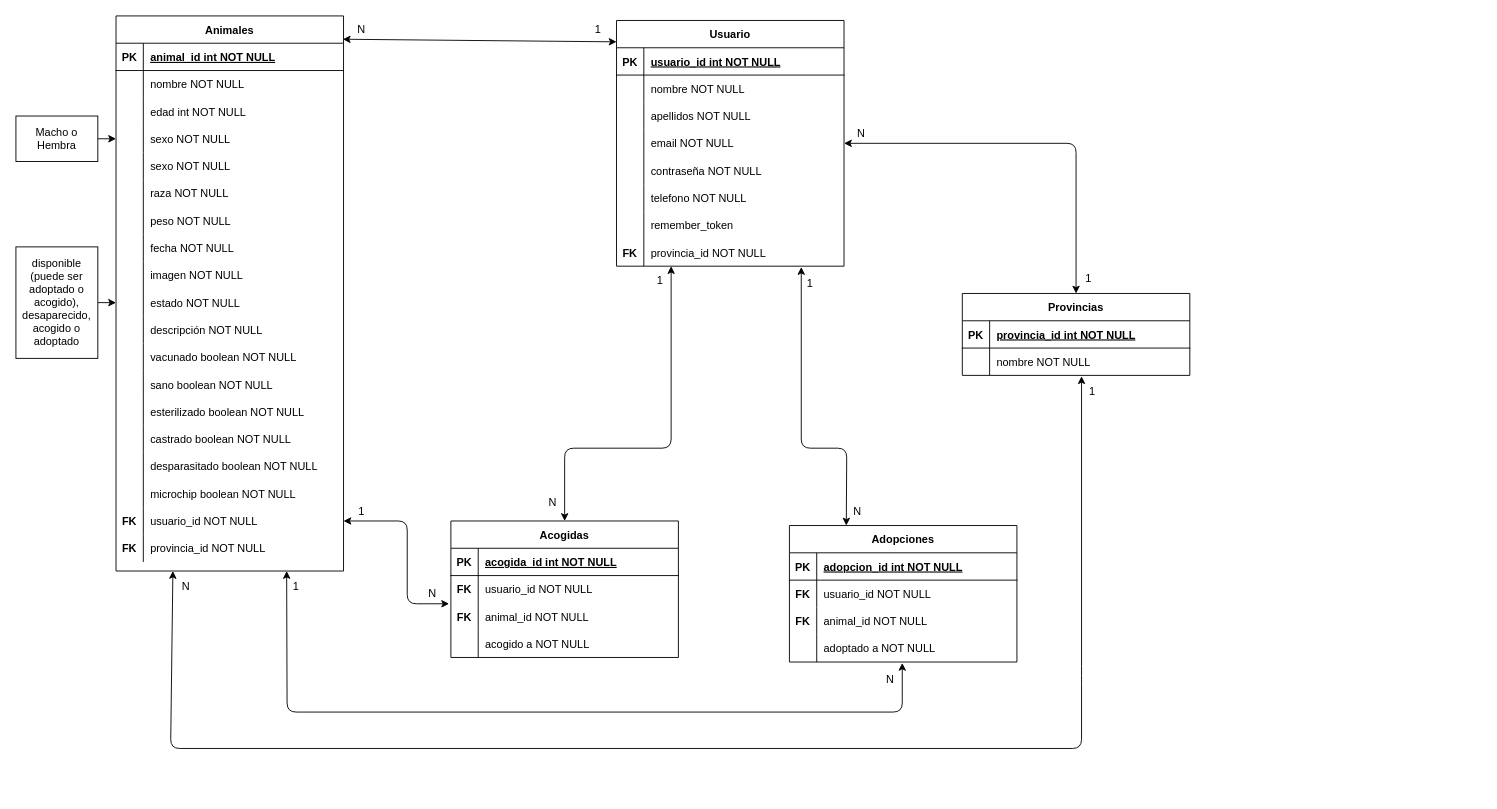
PruebaED/amigo-animales keeps this draw.io diagram as Relaciones.drawio. Above is the earlier version. Source tidied: cells renumbered, new cells numbered last; positions are measured from the earlier drawing's top-left corner, leaving out a move shared by most shapes. Both pictures are drawn from the tidied source at 91%, with x=0, y=0 at pixel (15, 15).
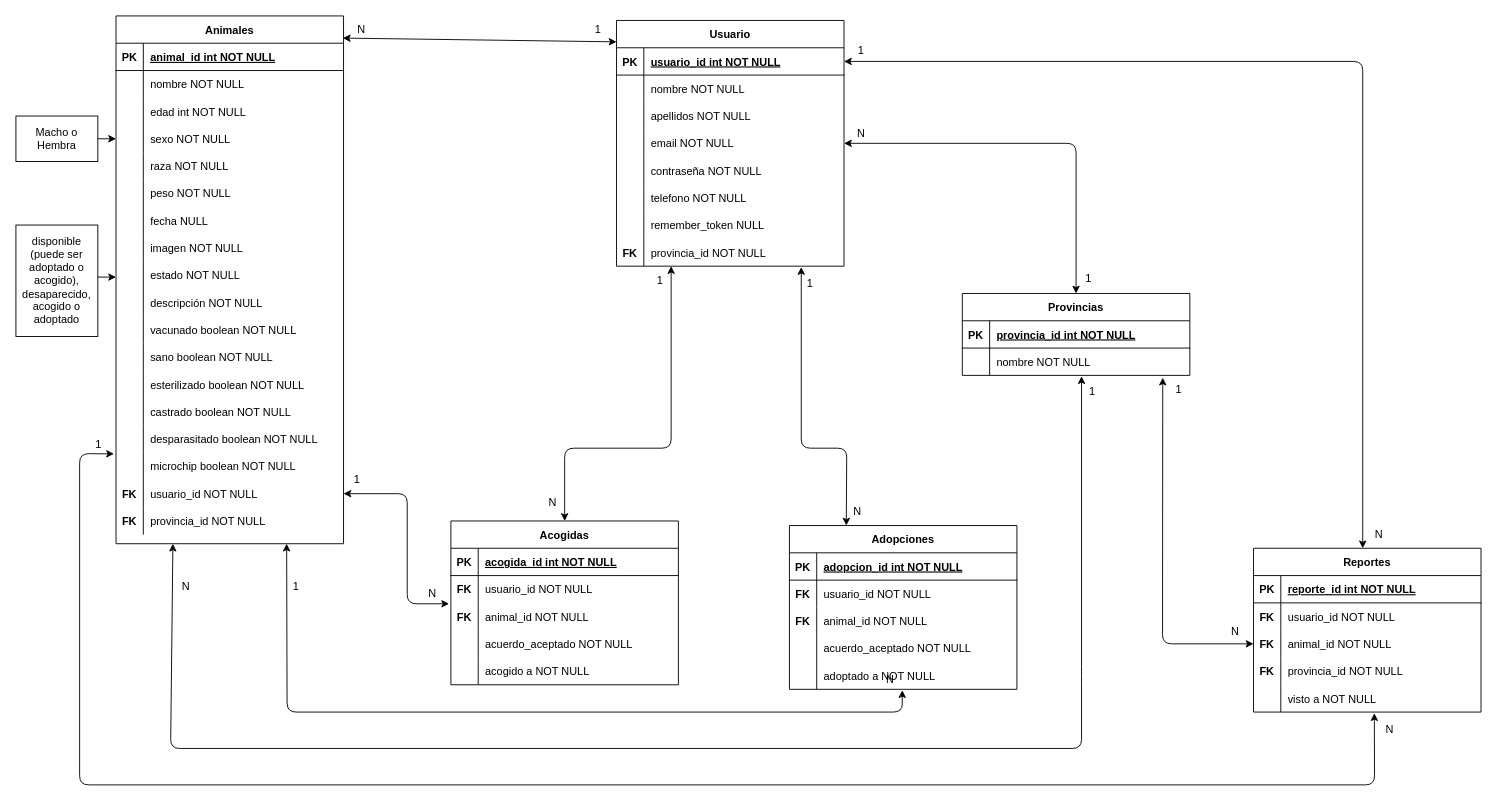
The same page after the edit.

The change refers to these unchanged cells:
```xml
<mxCell id="3" style="shape=partialRectangle;fillColor=none;points=[[0,0.5],[1,0.5]];portConstraint=eastwest;top=0;left=0;right=0;bottom=1;" parent="2" vertex="1">
  <mxGeometry y="30" width="250" height="30" as="geometry" />
</mxCell>
<mxCell id="21" style="shape=partialRectangle;fillColor=none;top=0;left=0;right=0;bottom=0;" parent="2" vertex="1">
  <mxGeometry y="210" width="250" height="30" as="geometry" />
</mxCell>
<mxCell id="94" style="shape=partialRectangle;fillColor=none;points=[[0,0.5],[1,0.5]];portConstraint=eastwest;top=0;left=0;right=0;bottom=0;" parent="90" vertex="1">
  <mxGeometry y="60" width="250" height="30" as="geometry" />
</mxCell>
<mxCell id="125" style="shape=partialRectangle;fillColor=none;points=[[0,0.5],[1,0.5]];portConstraint=eastwest;top=0;left=0;right=0;bottom=0;" parent="118" vertex="1">
  <mxGeometry y="90" width="250" height="30" as="geometry" />
</mxCell>
```

Change to the diagram source:
```diff
@@
-    <mxCell id="23" value="remember_token" style="shape=partialRectangle;overflow=hidden;fillColor=none;top=0;left=0;bottom=0;right=0;align=left;spacingLeft=6;" parent="21" vertex="1">
+    <mxCell id="23" value="remember_token NULL" style="shape=partialRectangle;overflow=hidden;fillColor=none;top=0;left=0;bottom=0;right=0;align=left;spacingLeft=6;" parent="21" vertex="1">
       <mxGeometry x="30" width="220" height="30" as="geometry" />
     </mxCell>
@@
     <mxCell id="27" value="Animales" style="shape=table;startSize=30;childLayout=tableLayout;rowLines=0;fontStyle=1;align=center;" parent="1" vertex="1">
-      <mxGeometry x="110" width="250" height="610" as="geometry" />
+      <mxGeometry x="110" width="250" height="580" as="geometry" />
     </mxCell>
@@
-    <mxCell id="40" style="shape=partialRectangle;fillColor=none;points=[[0,0.5],[1,0.5]];portConstraint=eastwest;top=0;left=0;right=0;bottom=0;" parent="27" vertex="1">
-      <mxGeometry y="150" width="250" height="30" as="geometry" />
-    </mxCell>
-    <mxCell id="41" style="shape=partialRectangle;overflow=hidden;fillColor=none;top=0;left=0;bottom=0;right=0;" parent="40" vertex="1">
-      <mxGeometry width="30" height="30" as="geometry" />
-    </mxCell>
-    <mxCell id="42" value="sexo NOT NULL" style="shape=partialRectangle;overflow=hidden;fillColor=none;top=0;left=0;bottom=0;right=0;align=left;spacingLeft=6;" parent="40" vertex="1">
-      <mxGeometry x="30" width="220" height="30" as="geometry" />
-    </mxCell>
     <mxCell id="43" style="shape=partialRectangle;fillColor=none;top=0;left=0;right=0;bottom=0;" parent="27" vertex="1">
-      <mxGeometry y="180" width="250" height="30" as="geometry" />
+      <mxGeometry y="150" width="250" height="30" as="geometry" />
     </mxCell>
@@
     <mxCell id="46" style="shape=partialRectangle;fillColor=none;top=0;left=0;right=0;bottom=0;" parent="27" vertex="1">
-      <mxGeometry y="210" width="250" height="30" as="geometry" />
+      <mxGeometry y="180" width="250" height="30" as="geometry" />
     </mxCell>
@@
     <mxCell id="49" style="shape=partialRectangle;fillColor=none;top=0;left=0;right=0;bottom=0;" parent="27" vertex="1">
-      <mxGeometry y="240" width="250" height="30" as="geometry" />
+      <mxGeometry y="210" width="250" height="30" as="geometry" />
     </mxCell>
@@
-    <mxCell id="51" value="fecha NOT NULL" style="shape=partialRectangle;overflow=hidden;fillColor=none;top=0;left=0;bottom=0;right=0;align=left;spacingLeft=6;" parent="49" vertex="1">
+    <mxCell id="51" value="fecha NULL" style="shape=partialRectangle;overflow=hidden;fillColor=none;top=0;left=0;bottom=0;right=0;align=left;spacingLeft=6;" parent="49" vertex="1">
       <mxGeometry x="30" width="220" height="30" as="geometry" />
     </mxCell>
     <mxCell id="52" style="shape=partialRectangle;fillColor=none;top=0;left=0;right=0;bottom=0;" parent="27" vertex="1">
-      <mxGeometry y="270" width="250" height="30" as="geometry" />
+      <mxGeometry y="240" width="250" height="30" as="geometry" />
     </mxCell>
@@
     <mxCell id="55" style="shape=partialRectangle;fillColor=none;points=[[0,0.5],[1,0.5]];portConstraint=eastwest;top=0;left=0;right=0;bottom=0;" parent="27" vertex="1">
-      <mxGeometry y="300" width="250" height="30" as="geometry" />
+      <mxGeometry y="270" width="250" height="30" as="geometry" />
     </mxCell>
@@
     <mxCell id="58" style="shape=partialRectangle;fillColor=none;top=0;left=0;right=0;bottom=0;" parent="27" vertex="1">
-      <mxGeometry y="330" width="250" height="30" as="geometry" />
+      <mxGeometry y="300" width="250" height="30" as="geometry" />
     </mxCell>
@@
     <mxCell id="61" style="shape=partialRectangle;fillColor=none;top=0;left=0;right=0;bottom=0;" parent="27" vertex="1">
-      <mxGeometry y="360" width="250" height="30" as="geometry" />
+      <mxGeometry y="330" width="250" height="30" as="geometry" />
     </mxCell>
@@
     <mxCell id="64" style="shape=partialRectangle;fillColor=none;top=0;left=0;right=0;bottom=0;" parent="27" vertex="1">
-      <mxGeometry y="390" width="250" height="30" as="geometry" />
+      <mxGeometry y="360" width="250" height="30" as="geometry" />
     </mxCell>
@@
     <mxCell id="67" style="shape=partialRectangle;fillColor=none;top=0;left=0;right=0;bottom=0;" parent="27" vertex="1">
-      <mxGeometry y="420" width="250" height="30" as="geometry" />
+      <mxGeometry y="390" width="250" height="30" as="geometry" />
     </mxCell>
@@
     <mxCell id="70" style="shape=partialRectangle;fillColor=none;top=0;left=0;right=0;bottom=0;" parent="27" vertex="1">
-      <mxGeometry y="450" width="250" height="30" as="geometry" />
+      <mxGeometry y="420" width="250" height="30" as="geometry" />
     </mxCell>
@@
     <mxCell id="73" style="shape=partialRectangle;fillColor=none;top=0;left=0;right=0;bottom=0;" parent="27" vertex="1">
-      <mxGeometry y="480" width="250" height="30" as="geometry" />
+      <mxGeometry y="450" width="250" height="30" as="geometry" />
     </mxCell>
@@
     <mxCell id="76" style="shape=partialRectangle;fillColor=none;points=[[0,0.5],[1,0.5]];portConstraint=eastwest;top=0;left=0;right=0;bottom=0;" parent="27" vertex="1">
-      <mxGeometry y="510" width="250" height="30" as="geometry" />
+      <mxGeometry y="480" width="250" height="30" as="geometry" />
     </mxCell>
@@
     <mxCell id="79" style="shape=partialRectangle;fillColor=none;points=[[0,0.5],[1,0.5]];portConstraint=eastwest;top=0;left=0;right=0;bottom=0;" parent="27" vertex="1">
-      <mxGeometry y="540" width="250" height="30" as="geometry" />
+      <mxGeometry y="510" width="250" height="30" as="geometry" />
     </mxCell>
@@
     <mxCell id="82" style="shape=partialRectangle;fillColor=none;top=0;left=0;right=0;bottom=0;" parent="27" vertex="1">
-      <mxGeometry y="570" width="250" height="30" as="geometry" />
+      <mxGeometry y="540" width="250" height="30" as="geometry" />
     </mxCell>
@@
-    <mxCell id="85" style="edgeStyle=orthogonalEdgeStyle;rounded=0;jettySize=auto;html=1;exitX=1;exitY=0.5;exitDx=0;exitDy=0;entryX=0;entryY=0.5;entryDx=0;entryDy=0;" parent="1" edge="1" source="86" target="55">
-      <mxGeometry relative="1" as="geometry" />
-    </mxCell>
     <mxCell id="86" value="disponible (puede ser adoptado o acogido), desaparecido, acogido o adoptado" style="rounded=0;whiteSpace=wrap;html=1;" parent="1" vertex="1">
-      <mxGeometry y="253.8" width="90" height="122.5" as="geometry" />
+      <mxGeometry y="229.8" width="90" height="122.5" as="geometry" />
     </mxCell>
@@
     <mxCell id="105" value="Adopciones" style="shape=table;startSize=30;childLayout=tableLayout;rowLines=0;fontStyle=1;align=center;" parent="1" vertex="1">
-      <mxGeometry x="850" y="560" width="250" height="150" as="geometry" />
+      <mxGeometry x="850" y="560" width="250" height="180" as="geometry" />
     </mxCell>
@@
+    <mxCell id="143" style="shape=partialRectangle;fillColor=none;top=0;left=0;right=0;bottom=0;" parent="105" vertex="1">
+      <mxGeometry y="120" width="250" height="30" as="geometry" />
+    </mxCell>
+    <mxCell id="144" style="shape=partialRectangle;overflow=hidden;fillColor=none;top=0;left=0;bottom=0;right=0;fontStyle=1;" parent="143" vertex="1">
+      <mxGeometry width="30" height="30" as="geometry" />
+    </mxCell>
+    <mxCell id="145" value="acuerdo_aceptado NOT NULL" style="shape=partialRectangle;overflow=hidden;fillColor=none;top=0;left=0;bottom=0;right=0;align=left;spacingLeft=6;" parent="143" vertex="1">
+      <mxGeometry x="30" width="220" height="30" as="geometry" />
+    </mxCell>
     <mxCell id="115" style="shape=partialRectangle;fillColor=none;points=[[0,0.5],[1,0.5]];portConstraint=eastwest;top=0;left=0;right=0;bottom=0;" parent="105" vertex="1">
-      <mxGeometry y="120" width="250" height="30" as="geometry" />
+      <mxGeometry y="150" width="250" height="30" as="geometry" />
     </mxCell>
@@
     <mxCell id="118" value="Acogidas" style="shape=table;startSize=30;childLayout=tableLayout;rowLines=0;fontStyle=1;align=center;" parent="1" vertex="1">
-      <mxGeometry x="478" y="555" width="250" height="150" as="geometry" />
+      <mxGeometry x="478" y="555" width="250" height="180" as="geometry" />
     </mxCell>
@@
+    <mxCell id="146" style="shape=partialRectangle;fillColor=none;top=0;left=0;right=0;bottom=0;" parent="118" vertex="1">
+      <mxGeometry y="120" width="250" height="30" as="geometry" />
+    </mxCell>
+    <mxCell id="147" style="shape=partialRectangle;overflow=hidden;fillColor=none;top=0;left=0;bottom=0;right=0;fontStyle=1;" parent="146" vertex="1">
+      <mxGeometry width="30" height="30" as="geometry" />
+    </mxCell>
+    <mxCell id="148" value="acuerdo_aceptado NOT NULL" style="shape=partialRectangle;overflow=hidden;fillColor=none;top=0;left=0;bottom=0;right=0;align=left;spacingLeft=6;" parent="146" vertex="1">
+      <mxGeometry x="30" width="220" height="30" as="geometry" />
+    </mxCell>
     <mxCell id="128" style="shape=partialRectangle;fillColor=none;top=0;left=0;right=0;bottom=0;" parent="118" vertex="1">
-      <mxGeometry y="120" width="250" height="30" as="geometry" />
+      <mxGeometry y="150" width="250" height="30" as="geometry" />
     </mxCell>
@@
     <mxCell id="131" style="endArrow=classic;startArrow=classic;html=1;entryX=1;entryY=0.5;entryDx=0;entryDy=0;exitX=-0.008;exitY=0.033;exitDx=0;exitDy=0;exitPerimeter=0;" parent="1" edge="1" source="125" target="79">
       <mxGeometry relative="1" as="geometry">
         <Array as="points">
           <mxPoint x="430" y="646" />
-          <mxPoint x="430" y="555" />
+          <mxPoint x="430" y="525" />
         </Array>
       </mxGeometry>
     </mxCell>
     <mxCell id="132" value="1" style="text;html=1;strokeColor=none;fillColor=none;align=center;verticalAlign=middle;whiteSpace=wrap;rounded=0;" parent="1" vertex="1">
-      <mxGeometry x="360" y="535" width="40" height="20" as="geometry" />
+      <mxGeometry x="355" y="500" width="40" height="20" as="geometry" />
     </mxCell>
@@
+    <mxCell id="149" value="Reportes" style="shape=table;startSize=30;childLayout=tableLayout;rowLines=0;fontStyle=1;align=center;" parent="1" vertex="1">
+      <mxGeometry x="1360" y="585" width="250" height="180" as="geometry" />
+    </mxCell>
+    <mxCell id="150" style="shape=partialRectangle;fillColor=none;top=0;left=0;right=0;bottom=1;" parent="149" vertex="1">
+      <mxGeometry y="30" width="250" height="30" as="geometry" />
+    </mxCell>
+    <mxCell id="151" value="PK" style="shape=partialRectangle;overflow=hidden;fillColor=none;top=0;left=0;bottom=0;right=0;fontStyle=1;" parent="150" vertex="1">
+      <mxGeometry width="30" height="30" as="geometry" />
+    </mxCell>
+    <mxCell id="152" value="reporte_id int NOT NULL " style="shape=partialRectangle;overflow=hidden;fillColor=none;top=0;left=0;bottom=0;right=0;align=left;spacingLeft=6;fontStyle=5;" parent="150" vertex="1">
+      <mxGeometry x="30" width="220" height="30" as="geometry" />
+    </mxCell>
+    <mxCell id="153" style="shape=partialRectangle;fillColor=none;top=0;left=0;right=0;bottom=0;" parent="149" vertex="1">
+      <mxGeometry y="60" width="250" height="30" as="geometry" />
+    </mxCell>
+    <mxCell id="154" value="FK" style="shape=partialRectangle;overflow=hidden;fillColor=none;top=0;left=0;bottom=0;right=0;fontStyle=1;" parent="153" vertex="1">
+      <mxGeometry width="30" height="30" as="geometry" />
+    </mxCell>
+    <mxCell id="155" value="usuario_id NOT NULL" style="shape=partialRectangle;overflow=hidden;fillColor=none;top=0;left=0;bottom=0;right=0;align=left;spacingLeft=6;" parent="153" vertex="1">
+      <mxGeometry x="30" width="220" height="30" as="geometry" />
+    </mxCell>
+    <mxCell id="156" style="shape=partialRectangle;fillColor=none;points=[[0,0.5],[1,0.5]];portConstraint=eastwest;top=0;left=0;right=0;bottom=0;" parent="149" vertex="1">
+      <mxGeometry y="90" width="250" height="30" as="geometry" />
+    </mxCell>
+    <mxCell id="157" value="FK" style="shape=partialRectangle;overflow=hidden;fillColor=none;top=0;left=0;bottom=0;right=0;fontStyle=1;" parent="156" vertex="1">
+      <mxGeometry width="30" height="30" as="geometry" />
+    </mxCell>
+    <mxCell id="158" value="animal_id NOT NULL" style="shape=partialRectangle;overflow=hidden;fillColor=none;top=0;left=0;bottom=0;right=0;align=left;spacingLeft=6;" parent="156" vertex="1">
+      <mxGeometry x="30" width="220" height="30" as="geometry" />
+    </mxCell>
+    <mxCell id="159" style="shape=partialRectangle;fillColor=none;top=0;left=0;right=0;bottom=0;" parent="149" vertex="1">
+      <mxGeometry y="120" width="250" height="30" as="geometry" />
+    </mxCell>
+    <mxCell id="160" value="FK" style="shape=partialRectangle;overflow=hidden;fillColor=none;top=0;left=0;bottom=0;right=0;fontStyle=1;" parent="159" vertex="1">
+      <mxGeometry width="30" height="30" as="geometry" />
+    </mxCell>
+    <mxCell id="161" value="provincia_id NOT NULL" style="shape=partialRectangle;overflow=hidden;fillColor=none;top=0;left=0;bottom=0;right=0;align=left;spacingLeft=6;" parent="159" vertex="1">
+      <mxGeometry x="30" width="220" height="30" as="geometry" />
+    </mxCell>
+    <mxCell id="40" style="shape=partialRectangle;fillColor=none;points=[[0,0.5],[1,0.5]];portConstraint=eastwest;top=0;left=0;right=0;bottom=0;" parent="149" vertex="1">
+      <mxGeometry y="150" width="250" height="30" as="geometry" />
+    </mxCell>
+    <mxCell id="162" style="shape=partialRectangle;overflow=hidden;fillColor=none;top=0;left=0;bottom=0;right=0;fontStyle=1;" parent="40" vertex="1">
+      <mxGeometry width="30" height="30" as="geometry" />
+    </mxCell>
+    <mxCell id="163" value="visto a NOT NULL" style="shape=partialRectangle;overflow=hidden;fillColor=none;top=0;left=0;bottom=0;right=0;align=left;spacingLeft=6;" parent="40" vertex="1">
+      <mxGeometry x="30" width="220" height="30" as="geometry" />
+    </mxCell>
+    <mxCell id="164" style="endArrow=classic;startArrow=classic;html=1;exitX=0.48;exitY=0;exitDx=0;exitDy=0;exitPerimeter=0;entryX=1;entryY=0.5;entryDx=0;entryDy=0;" parent="1" edge="1" source="149" target="3">
+      <mxGeometry relative="1" as="geometry">
+        <Array as="points">
+          <mxPoint x="1480" y="50" />
+        </Array>
+      </mxGeometry>
+    </mxCell>
+    <mxCell id="165" value="1" style="text;html=1;strokeColor=none;fillColor=none;align=center;verticalAlign=middle;whiteSpace=wrap;rounded=0;" parent="1" vertex="1">
+      <mxGeometry x="909" y="28" width="40" height="20" as="geometry" />
+    </mxCell>
+    <mxCell id="166" value="N" style="text;html=1;strokeColor=none;fillColor=none;align=center;verticalAlign=middle;whiteSpace=wrap;rounded=0;" parent="1" vertex="1">
+      <mxGeometry x="1478" y="560" width="40" height="20" as="geometry" />
+    </mxCell>
+    <mxCell id="167" style="endArrow=classic;startArrow=classic;html=1;exitX=0.531;exitY=1.042;exitDx=0;exitDy=0;exitPerimeter=0;entryX=-0.009;entryY=0.042;entryDx=0;entryDy=0;entryPerimeter=0;" parent="1" edge="1" source="40" target="76">
+      <mxGeometry relative="1" as="geometry">
+        <Array as="points">
+          <mxPoint x="1493" y="845" />
+          <mxPoint x="70" y="845" />
+          <mxPoint x="70" y="481" />
+        </Array>
+      </mxGeometry>
+    </mxCell>
+    <mxCell id="168" value="1" style="text;html=1;strokeColor=none;fillColor=none;align=center;verticalAlign=middle;whiteSpace=wrap;rounded=0;" parent="1" vertex="1">
+      <mxGeometry x="71" y="461" width="40" height="20" as="geometry" />
+    </mxCell>
+    <mxCell id="169" value="N" style="text;html=1;strokeColor=none;fillColor=none;align=center;verticalAlign=middle;whiteSpace=wrap;rounded=0;" parent="1" vertex="1">
+      <mxGeometry x="1490" y="775" width="40" height="20" as="geometry" />
+    </mxCell>
+    <mxCell id="170" style="endArrow=classic;startArrow=classic;html=1;entryX=0.881;entryY=1.084;entryDx=0;entryDy=0;entryPerimeter=0;exitX=0;exitY=0.5;exitDx=0;exitDy=0;" parent="1" edge="1" source="156" target="94">
+      <mxGeometry relative="1" as="geometry">
+        <Array as="points">
+          <mxPoint x="1260" y="690" />
+        </Array>
+      </mxGeometry>
+    </mxCell>
+    <mxCell id="171" value="1" style="text;html=1;strokeColor=none;fillColor=none;align=center;verticalAlign=middle;whiteSpace=wrap;rounded=0;" parent="1" vertex="1">
+      <mxGeometry x="1258" y="401" width="40" height="20" as="geometry" />
+    </mxCell>
+    <mxCell id="172" value="N" style="text;html=1;strokeColor=none;fillColor=none;align=center;verticalAlign=middle;whiteSpace=wrap;rounded=0;" parent="1" vertex="1">
+      <mxGeometry x="1320" y="667" width="40" height="20" as="geometry" />
+    </mxCell>
+    <mxCell id="173" style="edgeStyle=orthogonalEdgeStyle;rounded=0;orthogonalLoop=1;jettySize=auto;html=1;exitX=1;exitY=0.5;exitDx=0;exitDy=0;" parent="1" edge="1">
+      <mxGeometry relative="1" as="geometry">
+        <mxPoint x="90" y="287" as="sourcePoint" />
+        <mxPoint x="110" y="287" as="targetPoint" />
+      </mxGeometry>
+    </mxCell>
```
